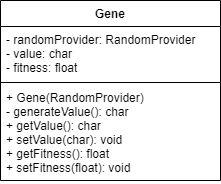
Above: images/Gene-s4.png in PawelDabrowski83/genAlgo (draw.io), before the change. Source tidied: cells renumbered, new cells last; positions are measured from the earlier drawing's top-left corner, leaving out a move shared by most shapes. The source it was exported from:
```xml
<mxGraphModel>
  <root>
    <mxCell id="0" />
    <mxCell id="1" parent="0" />
    <mxCell id="2" value="Gene" style="swimlane;fontStyle=1;align=center;verticalAlign=top;horizontal=1;startSize=26;" parent="1" vertex="1">
      <mxGeometry width="220" height="180" as="geometry" />
    </mxCell>
    <mxCell id="3" value="- randomProvider: RandomProvider&#10;- value: char&#10;- fitness: float&#10;" style="text;strokeColor=none;fillColor=none;align=left;verticalAlign=top;spacingLeft=4;spacingRight=4;overflow=hidden;points=[[0,0.5],[1,0.5]];portConstraint=eastwest;" parent="2" vertex="1">
      <mxGeometry y="26" width="220" height="54" as="geometry" />
    </mxCell>
    <mxCell id="4" style="line;strokeWidth=1;fillColor=none;align=left;verticalAlign=middle;spacingTop=-1;spacingLeft=3;spacingRight=3;labelPosition=right;" parent="2" vertex="1">
      <mxGeometry y="80" width="220" height="4" as="geometry" />
    </mxCell>
    <mxCell id="5" value="+ Gene(RandomProvider)&#10;- generateValue(): char&#10;+ getValue(): char&#10;+ setValue(char): void&#10;+ getFitness(): float&#10;+ setFitness(float): void" style="text;strokeColor=none;fillColor=none;align=left;verticalAlign=top;spacingLeft=4;spacingRight=4;overflow=hidden;" parent="2" vertex="1">
      <mxGeometry y="84" width="220" height="96" as="geometry" />
    </mxCell>
  </root>
</mxGraphModel>
```
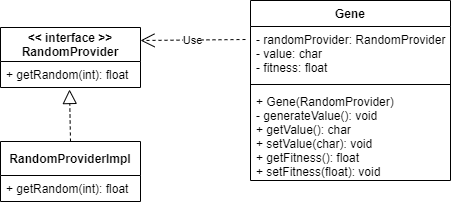
After the commit.

Commit message:
added class diagram for Gene

Change to the diagram source:
```diff
@@ -2,17 +2,37 @@
   <root>
     <mxCell id="0" />
     <mxCell id="1" parent="0" />
+    <mxCell id="6" value="&lt;&lt; interface &gt;&gt;&#10;RandomProvider" style="swimlane;fontStyle=1;horizontal=1;startSize=34;fillColor=none;" parent="1" vertex="1">
+      <mxGeometry x="-250" y="27" width="140" height="60" as="geometry" />
+    </mxCell>
+    <mxCell id="7" value="+ getRandom(int): float" style="text;strokeColor=none;fillColor=none;align=left;verticalAlign=top;spacingLeft=4;spacingRight=4;overflow=hidden;points=[[0,0.5],[1,0.5]];portConstraint=eastwest;" parent="6" vertex="1">
+      <mxGeometry y="34" width="140" height="26" as="geometry" />
+    </mxCell>
+    <mxCell id="8" value="Use" style="endArrow=open;endSize=12;dashed=1;html=1;exitX=-0.025;exitY=0.241;exitDx=0;exitDy=0;exitPerimeter=0;" parent="1" edge="1" source="3">
+      <mxGeometry relative="1" as="geometry">
+        <mxPoint x="-110" y="40" as="targetPoint" />
+      </mxGeometry>
+    </mxCell>
+    <mxCell id="9" value="RandomProviderImpl" style="swimlane;fontStyle=1;horizontal=1;startSize=34;fillColor=none;" parent="1" vertex="1">
+      <mxGeometry x="-250" y="141" width="140" height="60" as="geometry" />
+    </mxCell>
+    <mxCell id="10" value="+ getRandom(int): float" style="text;strokeColor=none;fillColor=none;align=left;verticalAlign=top;spacingLeft=4;spacingRight=4;overflow=hidden;" parent="9" vertex="1">
+      <mxGeometry y="34" width="140" height="26" as="geometry" />
+    </mxCell>
+    <mxCell id="11" style="endArrow=block;dashed=1;endFill=0;endSize=12;entryX=0.493;entryY=1.077;entryDx=0;entryDy=0;entryPerimeter=0;exitX=0.5;exitY=0;exitDx=0;exitDy=0;html=1;" parent="1" edge="1" source="9" target="7">
+      <mxGeometry relative="1" as="geometry" />
+    </mxCell>
     <mxCell id="2" value="Gene" style="swimlane;fontStyle=1;align=center;verticalAlign=top;horizontal=1;startSize=26;" parent="1" vertex="1">
-      <mxGeometry width="220" height="180" as="geometry" />
+      <mxGeometry width="200" height="180" as="geometry" />
     </mxCell>
-    <mxCell id="3" value="- randomProvider: RandomProvider&#10;- value: char&#10;- fitness: float&#10;" style="text;strokeColor=none;fillColor=none;align=left;verticalAlign=top;spacingLeft=4;spacingRight=4;overflow=hidden;points=[[0,0.5],[1,0.5]];portConstraint=eastwest;" parent="2" vertex="1">
-      <mxGeometry y="26" width="220" height="54" as="geometry" />
+    <mxCell id="3" value="- randomProvider: RandomProvider&#10;- value: char&#10;- fitness: float" style="text;strokeColor=none;fillColor=none;align=left;verticalAlign=top;spacingLeft=4;spacingRight=4;overflow=hidden;points=[[0,0.5],[1,0.5]];portConstraint=eastwest;" parent="2" vertex="1">
+      <mxGeometry y="26" width="200" height="54" as="geometry" />
     </mxCell>
-    <mxCell id="4" style="line;strokeWidth=1;fillColor=none;align=left;verticalAlign=middle;spacingTop=-1;spacingLeft=3;spacingRight=3;labelPosition=right;" parent="2" vertex="1">
-      <mxGeometry y="80" width="220" height="4" as="geometry" />
-    </mxCell>
-    <mxCell id="5" value="+ Gene(RandomProvider)&#10;- generateValue(): char&#10;+ getValue(): char&#10;+ setValue(char): void&#10;+ getFitness(): float&#10;+ setFitness(float): void" style="text;strokeColor=none;fillColor=none;align=left;verticalAlign=top;spacingLeft=4;spacingRight=4;overflow=hidden;" parent="2" vertex="1">
-      <mxGeometry y="84" width="220" height="96" as="geometry" />
-    </mxCell>
+    <mxCell id="12" style="line;strokeWidth=1;fillColor=none;align=left;verticalAlign=middle;spacingTop=-1;spacingLeft=3;spacingRight=3;labelPosition=right;" parent="2" vertex="1">
+      <mxGeometry y="80" width="200" height="8" as="geometry" />
+    </mxCell>
+    <mxCell id="13" value="+ Gene(RandomProvider)&#10;- generateValue(): void&#10;+ getValue(): char&#10;+ setValue(char): void&#10;+ getFitness(): float&#10;+ setFitness(float): void" style="text;strokeColor=none;fillColor=none;align=left;verticalAlign=top;spacingLeft=4;spacingRight=4;overflow=hidden;" parent="2" vertex="1">
+      <mxGeometry y="88" width="200" height="92" as="geometry" />
+    </mxCell>
   </root>
 </mxGraphModel>
```
